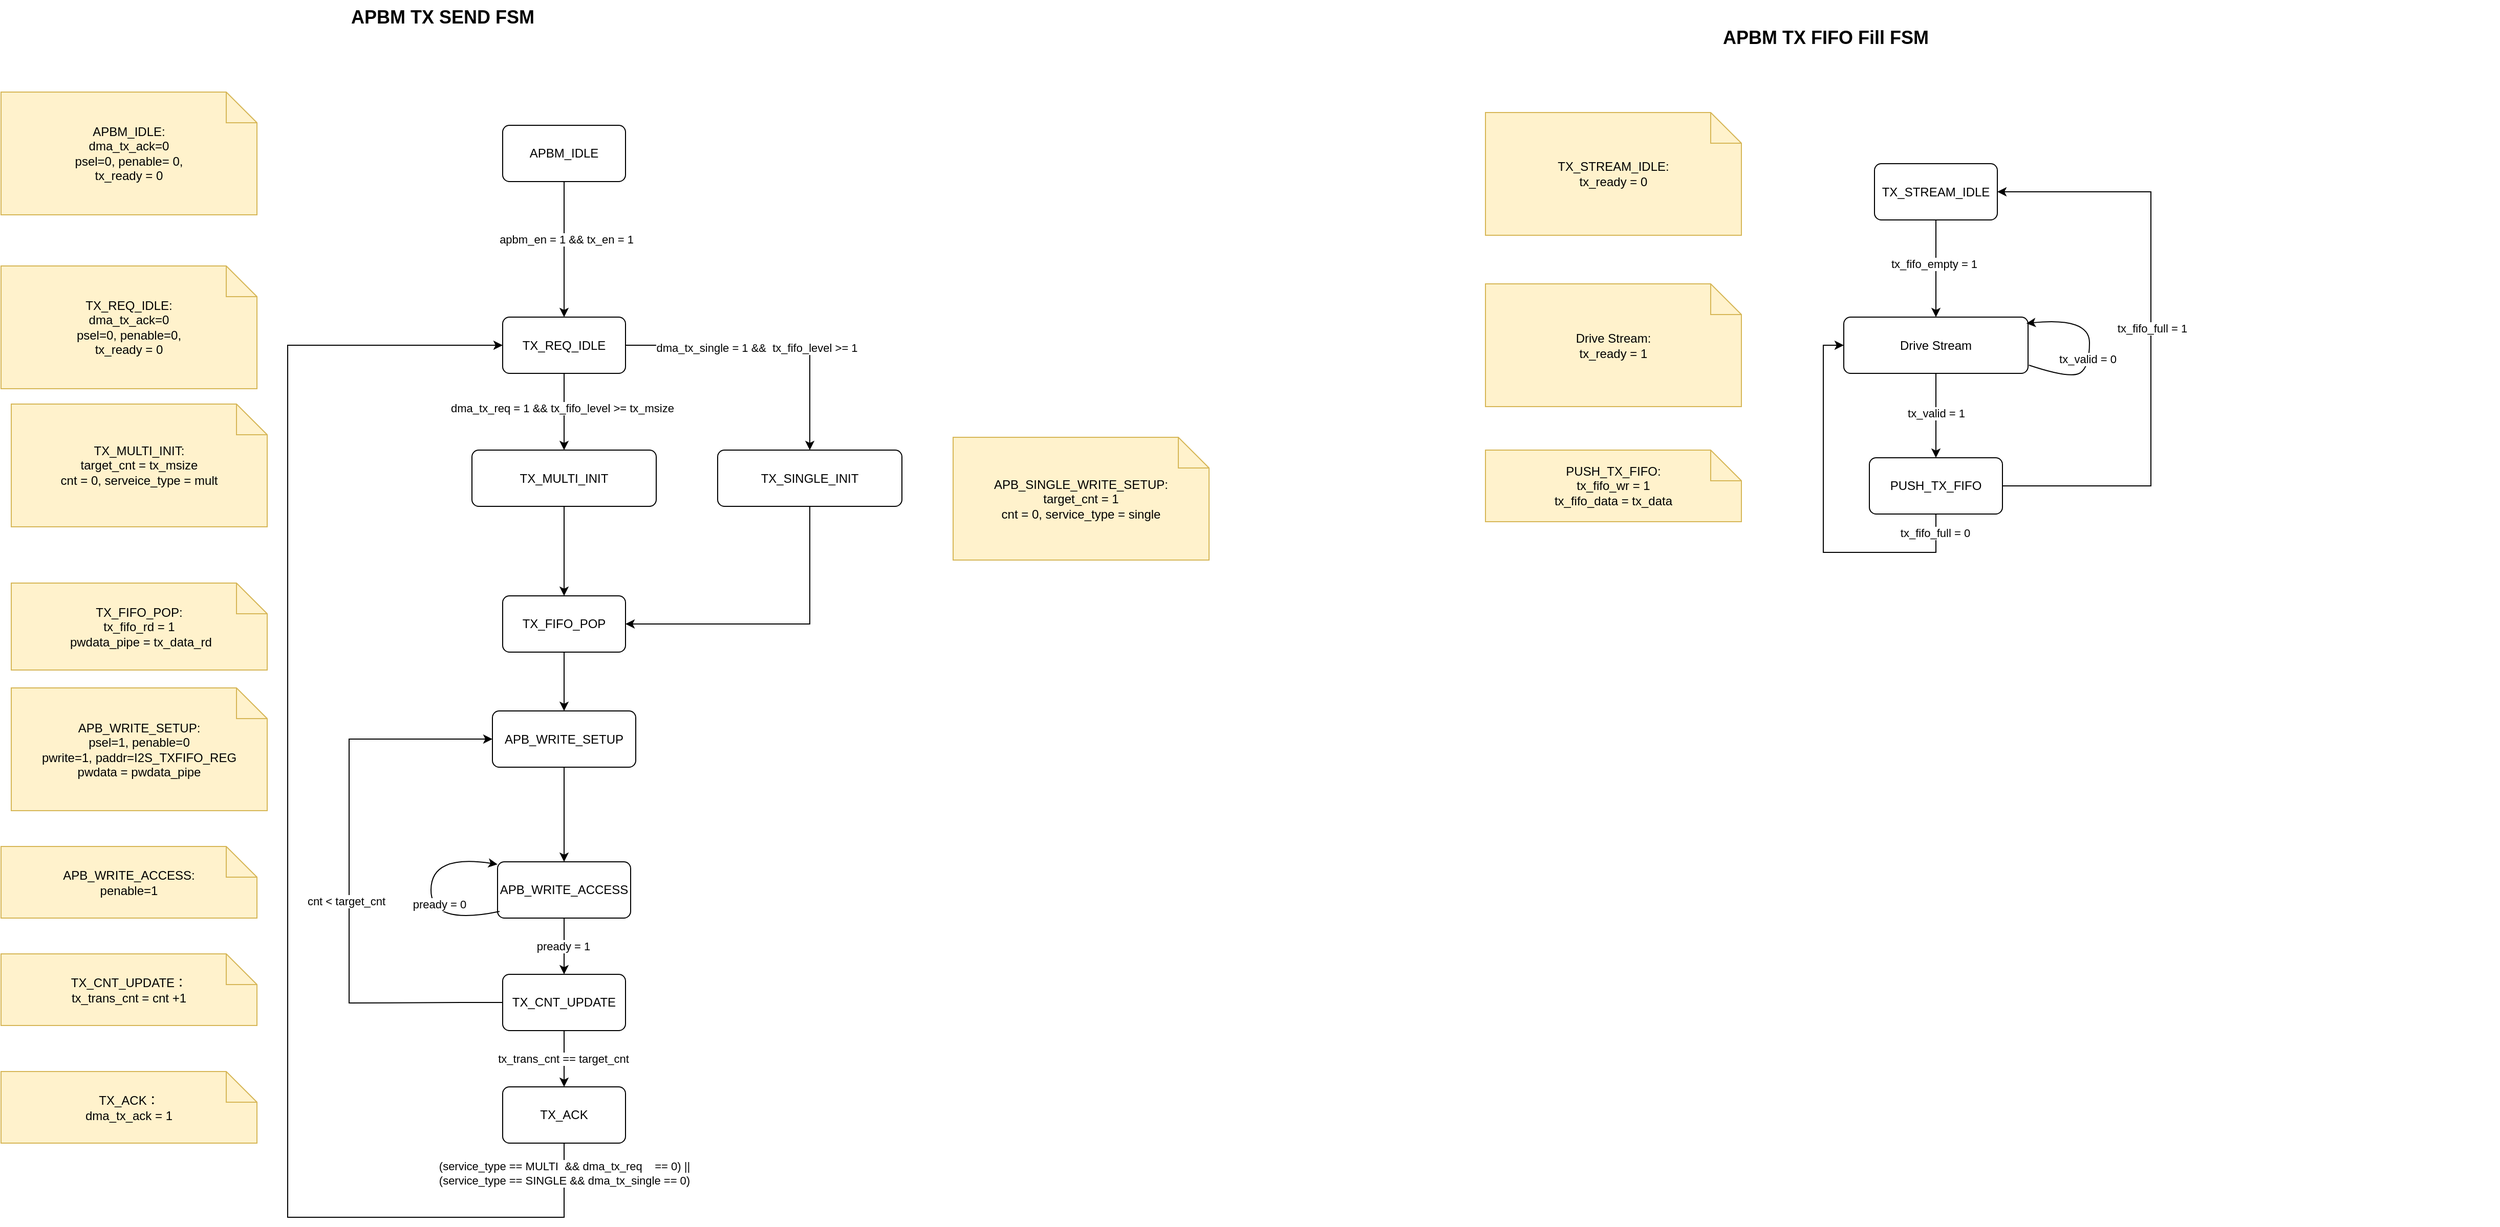
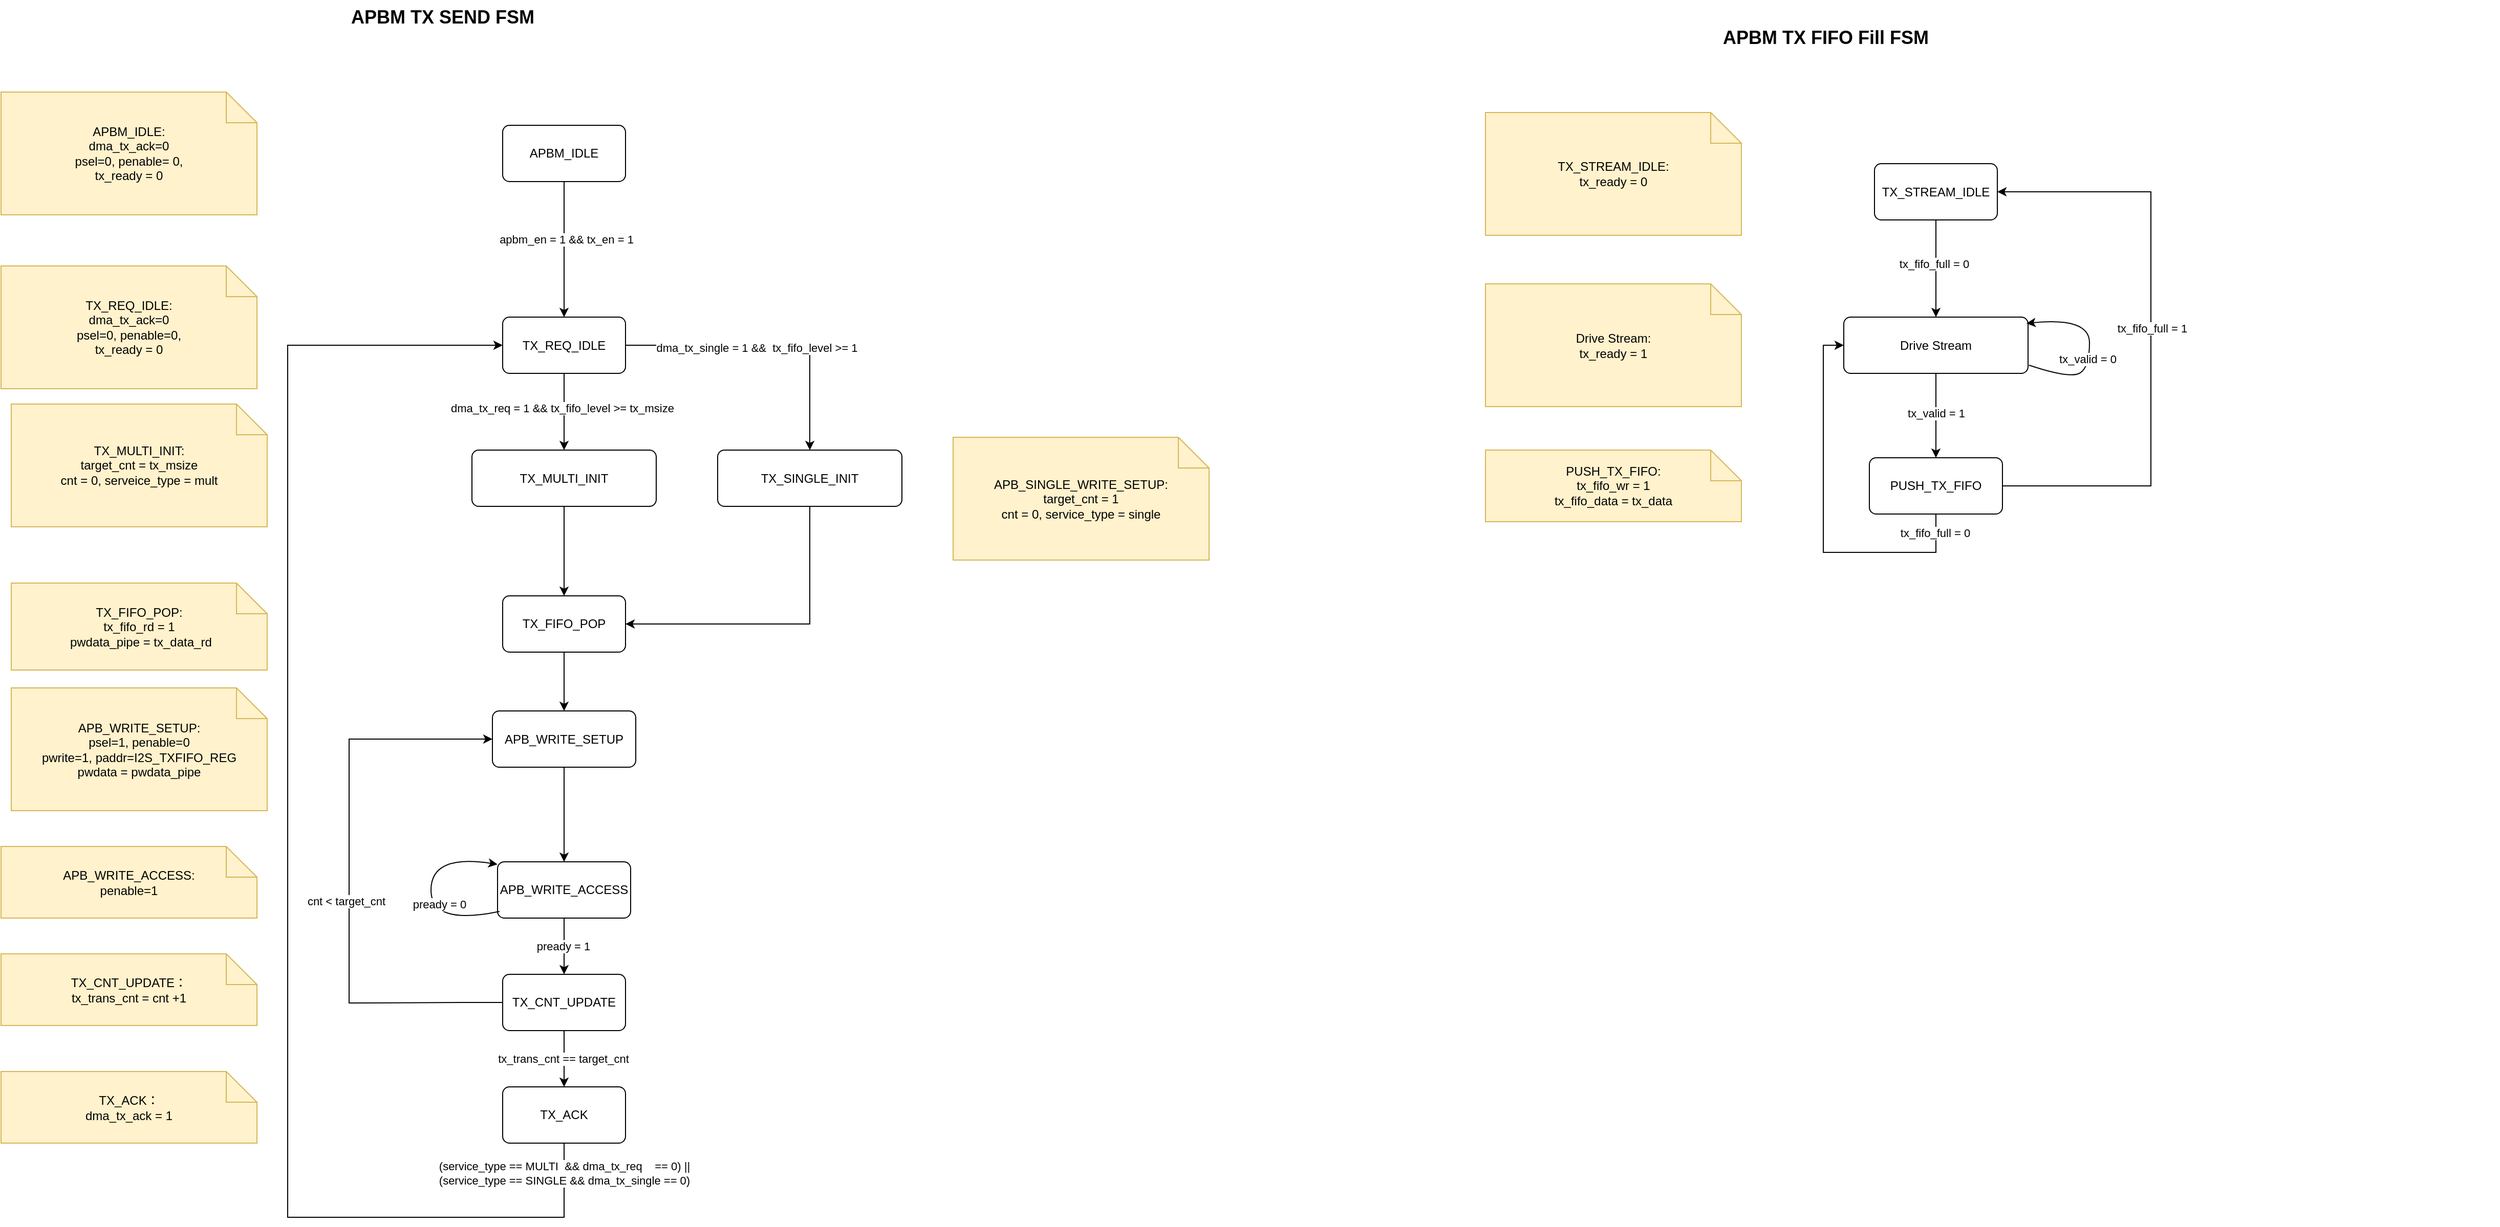
<mxfile host="app.diagrams.net">
  <diagram name="第 1 页" id="fH5n9Me7nUtPE_JYtTzi">
-     <mxGraphModel dx="619" dy="350" grid="1" gridSize="10" guides="1" tooltips="1" connect="1" arrows="1" fold="1" page="1" pageScale="1" pageWidth="827" pageHeight="1169" math="0" shadow="0">
+     <mxGraphModel dx="645" dy="364" grid="1" gridSize="10" guides="1" tooltips="1" connect="1" arrows="1" fold="1" page="1" pageScale="1" pageWidth="827" pageHeight="1169" math="0" shadow="0">
      <root>
        <mxCell id="0" />
        <mxCell id="1" parent="0" />
        <mxCell id="Ly1VW1kiYANL2SHkxWqd-1" parent="1" style="text;html=1;strokeColor=none;fillColor=none;fontSize=18;fontStyle=1;" value="APBM TX SEND FSM&amp;nbsp;&amp;nbsp;" vertex="1">
          <mxGeometry height="40" width="760" x="810" y="130" as="geometry" />
        </mxCell>
        <mxCell id="Ly1VW1kiYANL2SHkxWqd-2" parent="1" style="rounded=1;whiteSpace=wrap;html=1;arcSize=12;fillColor=#ffffff;strokeColor=#000000;" value="TX_REQ_IDLE" vertex="1">
          <mxGeometry height="55" width="120" x="960" y="440" as="geometry" />
        </mxCell>
        <mxCell id="Ly1VW1kiYANL2SHkxWqd-3" parent="1" style="rounded=1;whiteSpace=wrap;html=1;arcSize=12;fillColor=#ffffff;strokeColor=#000000;" value="APB_WRITE_SETUP" vertex="1">
          <mxGeometry height="55" width="140" x="950" y="825" as="geometry" />
        </mxCell>
        <mxCell id="Ly1VW1kiYANL2SHkxWqd-4" edge="1" parent="1" source="Ly1VW1kiYANL2SHkxWqd-2" style="endArrow=classic;html=1;rounded=0;exitX=0.5;exitY=1;exitDx=0;exitDy=0;entryX=0.5;entryY=0;entryDx=0;entryDy=0;" target="Ly1VW1kiYANL2SHkxWqd-40" value="">
          <mxGeometry height="50" relative="1" width="50" as="geometry">
            <mxPoint x="1040" y="560" as="sourcePoint" />
            <mxPoint x="1020" y="570" as="targetPoint" />
          </mxGeometry>
        </mxCell>
        <mxCell id="Ly1VW1kiYANL2SHkxWqd-5" connectable="0" parent="Ly1VW1kiYANL2SHkxWqd-4" style="edgeLabel;html=1;align=center;verticalAlign=middle;resizable=0;points=[];" value="dma_tx_req = 1 &amp;amp;&amp;amp; tx_fifo_level &amp;gt;= tx_msize" vertex="1">
          <mxGeometry relative="1" x="-0.0927" y="-2" as="geometry">
            <mxPoint as="offset" />
          </mxGeometry>
        </mxCell>
        <mxCell id="Ly1VW1kiYANL2SHkxWqd-6" parent="1" style="shape=note;whiteSpace=wrap;html=1;fillColor=#fff2cc;strokeColor=#d6b656;" value="APB_WRITE_SETUP:&lt;div&gt;psel=1, penable=0&lt;br&gt;pwrite=1, paddr=I2S_TXFIFO_REG&lt;/div&gt;&lt;div&gt;pwdata = pwdata_pipe&lt;/div&gt;" vertex="1">
          <mxGeometry height="120" width="250" x="480" y="802.5" as="geometry" />
        </mxCell>
        <mxCell id="Ly1VW1kiYANL2SHkxWqd-7" parent="1" style="rounded=1;whiteSpace=wrap;html=1;arcSize=12;fillColor=#ffffff;strokeColor=#000000;" value="APB_WRITE_ACCESS" vertex="1">
          <mxGeometry height="55" width="130" x="955" y="972.5" as="geometry" />
        </mxCell>
        <mxCell id="Ly1VW1kiYANL2SHkxWqd-8" edge="1" parent="1" source="Ly1VW1kiYANL2SHkxWqd-3" style="endArrow=classic;html=1;rounded=0;exitX=0.5;exitY=1;exitDx=0;exitDy=0;entryX=0.5;entryY=0;entryDx=0;entryDy=0;" target="Ly1VW1kiYANL2SHkxWqd-7" value="">
          <mxGeometry height="50" relative="1" width="50" as="geometry">
            <mxPoint x="1030" y="955" as="sourcePoint" />
            <mxPoint x="1080" y="905" as="targetPoint" />
          </mxGeometry>
        </mxCell>
        <mxCell id="Ly1VW1kiYANL2SHkxWqd-9" parent="1" style="shape=note;whiteSpace=wrap;html=1;fillColor=#fff2cc;strokeColor=#d6b656;" value="APB_WRITE_ACCESS:&lt;br&gt;penable=1" vertex="1">
          <mxGeometry height="70" width="250" x="470" y="957.5" as="geometry" />
        </mxCell>
        <mxCell id="Ly1VW1kiYANL2SHkxWqd-10" edge="1" parent="1" source="Ly1VW1kiYANL2SHkxWqd-7" style="curved=1;endArrow=classic;html=1;rounded=0;exitX=0.015;exitY=0.881;exitDx=0;exitDy=0;entryX=0;entryY=0;entryDx=0;entryDy=0;exitPerimeter=0;" value="">
          <mxGeometry height="50" relative="1" width="50" as="geometry">
            <Array as="points">
              <mxPoint x="890" y="1035" />
              <mxPoint x="890" y="965" />
            </Array>
            <mxPoint x="955" y="1030" as="sourcePoint" />
            <mxPoint x="955" y="975" as="targetPoint" />
          </mxGeometry>
        </mxCell>
        <mxCell id="Ly1VW1kiYANL2SHkxWqd-11" connectable="0" parent="Ly1VW1kiYANL2SHkxWqd-10" style="edgeLabel;html=1;align=center;verticalAlign=middle;resizable=0;points=[];" value="pready = 0" vertex="1">
          <mxGeometry relative="1" x="-0.1215" y="-8" as="geometry">
            <mxPoint as="offset" />
          </mxGeometry>
        </mxCell>
        <mxCell id="Ly1VW1kiYANL2SHkxWqd-13" edge="1" parent="1" source="Ly1VW1kiYANL2SHkxWqd-7" style="endArrow=classic;html=1;rounded=0;exitX=0.5;exitY=1;exitDx=0;exitDy=0;entryX=0.5;entryY=0;entryDx=0;entryDy=0;" target="Ly1VW1kiYANL2SHkxWqd-47" value="">
          <mxGeometry height="50" relative="1" width="50" as="geometry">
            <mxPoint x="1010" y="1105" as="sourcePoint" />
            <mxPoint x="1020" y="1072.5" as="targetPoint" />
          </mxGeometry>
        </mxCell>
        <mxCell id="Ly1VW1kiYANL2SHkxWqd-14" connectable="0" parent="Ly1VW1kiYANL2SHkxWqd-13" style="edgeLabel;html=1;align=center;verticalAlign=middle;resizable=0;points=[];" value="pready = 1" vertex="1">
          <mxGeometry relative="1" x="0.0089" y="-1" as="geometry">
            <mxPoint as="offset" />
          </mxGeometry>
        </mxCell>
        <mxCell id="Ly1VW1kiYANL2SHkxWqd-16" parent="1" style="rounded=1;whiteSpace=wrap;html=1;arcSize=12;fillColor=#ffffff;strokeColor=#000000;" value="TX_ACK" vertex="1">
          <mxGeometry height="55" width="120" x="960" y="1192.5" as="geometry" />
        </mxCell>
        <mxCell id="Ly1VW1kiYANL2SHkxWqd-17" edge="1" parent="1" source="Ly1VW1kiYANL2SHkxWqd-47" style="endArrow=classic;html=1;rounded=0;exitX=0.5;exitY=1;exitDx=0;exitDy=0;entryX=0.5;entryY=0;entryDx=0;entryDy=0;" target="Ly1VW1kiYANL2SHkxWqd-16" value="">
          <mxGeometry height="50" relative="1" width="50" as="geometry">
            <mxPoint x="1150.3600000000001" y="1027.5" as="sourcePoint" />
            <mxPoint x="1150" y="1062.5" as="targetPoint" />
          </mxGeometry>
        </mxCell>
        <mxCell id="Ly1VW1kiYANL2SHkxWqd-18" connectable="0" parent="Ly1VW1kiYANL2SHkxWqd-17" style="edgeLabel;html=1;align=center;verticalAlign=middle;resizable=0;points=[];" value="tx_trans_cnt == target_cnt" vertex="1">
          <mxGeometry relative="1" x="0.0089" y="-1" as="geometry">
            <mxPoint as="offset" />
          </mxGeometry>
        </mxCell>
        <mxCell id="Ly1VW1kiYANL2SHkxWqd-19" parent="1" style="shape=note;whiteSpace=wrap;html=1;fillColor=#fff2cc;strokeColor=#d6b656;" value="TX_ACK：&lt;div&gt;dma_tx_ack = 1&lt;/div&gt;" vertex="1">
          <mxGeometry height="70" width="250" x="470" y="1177.5" as="geometry" />
        </mxCell>
        <mxCell id="Ly1VW1kiYANL2SHkxWqd-20" parent="1" style="shape=note;whiteSpace=wrap;html=1;fillColor=#fff2cc;strokeColor=#d6b656;" value="TX_REQ_IDLE:&lt;div&gt;dma_tx_ack=0&lt;/div&gt;&lt;div&gt;psel=0, penable=0,&lt;br&gt;&lt;/div&gt;&lt;div&gt;tx_ready = 0&lt;br&gt;&lt;/div&gt;" vertex="1">
          <mxGeometry height="120" width="250" x="470" y="390" as="geometry" />
        </mxCell>
        <mxCell id="Ly1VW1kiYANL2SHkxWqd-21" edge="1" parent="1" source="Ly1VW1kiYANL2SHkxWqd-16" style="endArrow=classic;html=1;rounded=0;exitX=0.5;exitY=1;exitDx=0;exitDy=0;edgeStyle=orthogonalEdgeStyle;entryX=0;entryY=0.5;entryDx=0;entryDy=0;" target="Ly1VW1kiYANL2SHkxWqd-2" value="">
          <mxGeometry height="50" relative="1" width="50" as="geometry">
            <Array as="points">
              <mxPoint x="1020" y="1320" />
              <mxPoint x="750" y="1320" />
              <mxPoint x="750" y="468" />
            </Array>
            <mxPoint x="909.95" y="1052.5" as="sourcePoint" />
            <mxPoint x="850" y="465" as="targetPoint" />
          </mxGeometry>
        </mxCell>
        <mxCell id="Ly1VW1kiYANL2SHkxWqd-22" connectable="0" parent="Ly1VW1kiYANL2SHkxWqd-21" style="edgeLabel;html=1;align=center;verticalAlign=middle;resizable=0;points=[];" value="&lt;div&gt;(service_type == MULTI&amp;nbsp; &amp;amp;&amp;amp; dma_tx_req&amp;nbsp; &amp;nbsp; == 0) ||&lt;/div&gt;&lt;div&gt;(service_type == SINGLE &amp;amp;&amp;amp; dma_tx_single == 0)&lt;/div&gt;" vertex="1">
          <mxGeometry relative="1" x="-0.9589" as="geometry">
            <mxPoint as="offset" />
          </mxGeometry>
        </mxCell>
        <mxCell id="Ly1VW1kiYANL2SHkxWqd-23" edge="1" parent="1" source="Ly1VW1kiYANL2SHkxWqd-2" style="endArrow=classic;html=1;rounded=0;exitX=1;exitY=0.5;exitDx=0;exitDy=0;edgeStyle=orthogonalEdgeStyle;entryX=0.5;entryY=0;entryDx=0;entryDy=0;" target="Ly1VW1kiYANL2SHkxWqd-25" value="">
          <mxGeometry height="50" relative="1" width="50" as="geometry">
            <mxPoint x="1250" y="540" as="sourcePoint" />
            <mxPoint x="1260" y="560" as="targetPoint" />
          </mxGeometry>
        </mxCell>
        <mxCell id="Ly1VW1kiYANL2SHkxWqd-24" connectable="0" parent="Ly1VW1kiYANL2SHkxWqd-23" style="edgeLabel;html=1;align=center;verticalAlign=middle;resizable=0;points=[];" value="dma_tx_single = 1 &amp;amp;&amp;amp;&amp;nbsp; tx_fifo_level &amp;gt;= 1" vertex="1">
          <mxGeometry relative="1" x="-0.0927" y="-2" as="geometry">
            <mxPoint as="offset" />
          </mxGeometry>
        </mxCell>
        <mxCell id="Ly1VW1kiYANL2SHkxWqd-25" parent="1" style="rounded=1;whiteSpace=wrap;html=1;arcSize=12;fillColor=#ffffff;strokeColor=#000000;" value="TX_SINGLE_INIT" vertex="1">
          <mxGeometry height="55" width="180" x="1170" y="570" as="geometry" />
        </mxCell>
        <mxCell id="Ly1VW1kiYANL2SHkxWqd-26" parent="1" style="shape=note;whiteSpace=wrap;html=1;fillColor=#fff2cc;strokeColor=#d6b656;" value="APB_SINGLE_WRITE_SETUP:&lt;div&gt;target_cnt = 1&lt;br&gt;cnt = 0, service_type = single&lt;/div&gt;" vertex="1">
          <mxGeometry height="120" width="250" x="1400" y="557.5" as="geometry" />
        </mxCell>
        <mxCell id="Ly1VW1kiYANL2SHkxWqd-27" edge="1" parent="1" source="Ly1VW1kiYANL2SHkxWqd-25" style="endArrow=classic;html=1;rounded=0;exitX=0.5;exitY=1;exitDx=0;exitDy=0;edgeStyle=orthogonalEdgeStyle;entryX=1;entryY=0.5;entryDx=0;entryDy=0;" target="Ly1VW1kiYANL2SHkxWqd-28" value="">
          <mxGeometry height="50" relative="1" width="50" as="geometry">
            <mxPoint x="1230" y="950" as="sourcePoint" />
            <mxPoint x="1090" y="705" as="targetPoint" />
          </mxGeometry>
        </mxCell>
        <mxCell id="Ly1VW1kiYANL2SHkxWqd-28" parent="1" style="rounded=1;whiteSpace=wrap;html=1;arcSize=12;fillColor=#ffffff;strokeColor=#000000;" value="TX_FIFO_POP" vertex="1">
          <mxGeometry height="55" width="120" x="960" y="712.5" as="geometry" />
        </mxCell>
        <mxCell id="Ly1VW1kiYANL2SHkxWqd-29" edge="1" parent="1" source="Ly1VW1kiYANL2SHkxWqd-40" style="endArrow=classic;html=1;rounded=0;entryX=0.5;entryY=0;entryDx=0;entryDy=0;exitX=0.5;exitY=1;exitDx=0;exitDy=0;" target="Ly1VW1kiYANL2SHkxWqd-28" value="">
          <mxGeometry height="50" relative="1" width="50" as="geometry">
            <mxPoint x="1010" y="630" as="sourcePoint" />
            <mxPoint x="1040" y="787.5" as="targetPoint" />
          </mxGeometry>
        </mxCell>
        <mxCell id="Ly1VW1kiYANL2SHkxWqd-33" parent="1" style="shape=note;whiteSpace=wrap;html=1;fillColor=#fff2cc;strokeColor=#d6b656;" value="TX_FIFO_POP:&lt;div&gt;tx_fifo_rd = 1&lt;br&gt;&lt;div&gt;&amp;nbsp;pwdata_pipe = tx_data_rd&lt;/div&gt;&lt;/div&gt;" vertex="1">
          <mxGeometry height="85" width="250" x="480" y="700" as="geometry" />
        </mxCell>
        <mxCell id="Ly1VW1kiYANL2SHkxWqd-34" parent="1" style="rounded=1;whiteSpace=wrap;html=1;arcSize=12;fillColor=#ffffff;strokeColor=#000000;" value="APBM_IDLE" vertex="1">
          <mxGeometry height="55" width="120" x="960" y="252.5" as="geometry" />
        </mxCell>
        <mxCell id="Ly1VW1kiYANL2SHkxWqd-35" edge="1" parent="1" source="Ly1VW1kiYANL2SHkxWqd-34" style="endArrow=classic;html=1;rounded=0;exitX=0.5;exitY=1;exitDx=0;exitDy=0;" target="Ly1VW1kiYANL2SHkxWqd-2" value="">
          <mxGeometry height="50" relative="1" width="50" as="geometry">
            <mxPoint x="1060" y="360" as="sourcePoint" />
            <mxPoint x="1110" y="310" as="targetPoint" />
          </mxGeometry>
        </mxCell>
        <mxCell id="Ly1VW1kiYANL2SHkxWqd-36" connectable="0" parent="Ly1VW1kiYANL2SHkxWqd-35" style="edgeLabel;html=1;align=center;verticalAlign=middle;resizable=0;points=[];" value="apbm_en = 1 &amp;amp;&amp;amp; tx_en = 1" vertex="1">
          <mxGeometry relative="1" x="-0.1446" y="2" as="geometry">
            <mxPoint as="offset" />
          </mxGeometry>
        </mxCell>
        <mxCell id="Ly1VW1kiYANL2SHkxWqd-37" parent="1" style="shape=note;whiteSpace=wrap;html=1;fillColor=#fff2cc;strokeColor=#d6b656;" value="APBM_IDLE:&lt;div&gt;dma_tx_ack=0&lt;/div&gt;&lt;div&gt;psel=0, penable= 0,&lt;br&gt;&lt;/div&gt;&lt;div&gt;tx_ready = 0&lt;/div&gt;" vertex="1">
          <mxGeometry height="120" width="250" x="470" y="220" as="geometry" />
        </mxCell>
        <mxCell id="Ly1VW1kiYANL2SHkxWqd-38" edge="1" parent="1" source="Ly1VW1kiYANL2SHkxWqd-47" style="endArrow=classic;html=1;rounded=0;edgeStyle=orthogonalEdgeStyle;entryX=0;entryY=0.5;entryDx=0;entryDy=0;exitX=0;exitY=0.5;exitDx=0;exitDy=0;" target="Ly1VW1kiYANL2SHkxWqd-3" value="">
          <mxGeometry height="50" relative="1" width="50" as="geometry">
            <Array as="points">
              <mxPoint x="920" y="1109.5" />
              <mxPoint x="810" y="1110.5" />
              <mxPoint x="810" y="852.5" />
            </Array>
            <mxPoint x="920" y="1072.5" as="sourcePoint" />
            <mxPoint x="800" y="732.5" as="targetPoint" />
          </mxGeometry>
        </mxCell>
        <mxCell id="Ly1VW1kiYANL2SHkxWqd-39" connectable="0" parent="Ly1VW1kiYANL2SHkxWqd-38" style="edgeLabel;html=1;align=center;verticalAlign=middle;resizable=0;points=[];" value="cnt &amp;lt; target_cnt" vertex="1">
          <mxGeometry relative="1" x="-0.0902" y="3" as="geometry">
            <mxPoint as="offset" />
          </mxGeometry>
        </mxCell>
        <mxCell id="Ly1VW1kiYANL2SHkxWqd-40" parent="1" style="rounded=1;whiteSpace=wrap;html=1;arcSize=12;fillColor=#ffffff;strokeColor=#000000;" value="TX_MULTI_INIT" vertex="1">
          <mxGeometry height="55" width="180" x="930" y="570" as="geometry" />
        </mxCell>
        <mxCell id="Ly1VW1kiYANL2SHkxWqd-42" parent="1" style="shape=note;whiteSpace=wrap;html=1;fillColor=#fff2cc;strokeColor=#d6b656;" value="TX_MULTI_INIT:&lt;div&gt;target_cnt = tx_msize&lt;br&gt;cnt = 0, serveice_type = mult&lt;/div&gt;" vertex="1">
          <mxGeometry height="120" width="250" x="480" y="525" as="geometry" />
        </mxCell>
        <mxCell id="Ly1VW1kiYANL2SHkxWqd-45" edge="1" parent="1" source="Ly1VW1kiYANL2SHkxWqd-28" style="endArrow=classic;html=1;rounded=0;exitX=0.5;exitY=1;exitDx=0;exitDy=0;" target="Ly1VW1kiYANL2SHkxWqd-3" value="">
          <mxGeometry height="50" relative="1" width="50" as="geometry">
            <mxPoint x="1019.5699999999999" y="767.5" as="sourcePoint" />
            <mxPoint x="1019.5699999999999" y="824.5" as="targetPoint" />
          </mxGeometry>
        </mxCell>
        <mxCell id="Ly1VW1kiYANL2SHkxWqd-47" parent="1" style="rounded=1;whiteSpace=wrap;html=1;arcSize=12;fillColor=#ffffff;strokeColor=#000000;" value="TX_CNT_UPDATE" vertex="1">
          <mxGeometry height="55" width="120" x="960" y="1082.5" as="geometry" />
        </mxCell>
        <mxCell id="Ly1VW1kiYANL2SHkxWqd-48" parent="1" style="shape=note;whiteSpace=wrap;html=1;fillColor=#fff2cc;strokeColor=#d6b656;" value="TX_CNT_UPDATE：&lt;div&gt;tx_trans_cnt = cnt +1&lt;/div&gt;" vertex="1">
          <mxGeometry height="70" width="250" x="470" y="1062.5" as="geometry" />
        </mxCell>
        <mxCell id="Ly1VW1kiYANL2SHkxWqd-49" parent="1" style="text;html=1;strokeColor=none;fillColor=none;fontSize=18;fontStyle=1;" value="APBM TX FIFO Fill FSM&amp;nbsp;&amp;nbsp;" vertex="1">
          <mxGeometry height="40" width="760" x="2150" y="150" as="geometry" />
        </mxCell>
        <mxCell id="Ly1VW1kiYANL2SHkxWqd-50" parent="1" style="rounded=1;whiteSpace=wrap;html=1;arcSize=12;fillColor=#ffffff;strokeColor=#000000;" value="TX_STREAM_IDLE" vertex="1">
          <mxGeometry height="55" width="120" x="2300" y="290" as="geometry" />
        </mxCell>
        <mxCell id="Ly1VW1kiYANL2SHkxWqd-51" parent="1" style="rounded=1;whiteSpace=wrap;html=1;arcSize=12;fillColor=#ffffff;strokeColor=#000000;" value="Drive Stream" vertex="1">
          <mxGeometry height="55" width="180" x="2270" y="440" as="geometry" />
        </mxCell>
        <mxCell id="Ly1VW1kiYANL2SHkxWqd-52" edge="1" parent="1" source="Ly1VW1kiYANL2SHkxWqd-50" style="endArrow=classic;html=1;rounded=0;exitX=0.5;exitY=1;exitDx=0;exitDy=0;entryX=0.5;entryY=0;entryDx=0;entryDy=0;" target="Ly1VW1kiYANL2SHkxWqd-51" value="">
          <mxGeometry height="50" relative="1" width="50" as="geometry">
            <mxPoint x="2380" y="410" as="sourcePoint" />
            <mxPoint x="2430" y="360" as="targetPoint" />
          </mxGeometry>
        </mxCell>
-         <mxCell id="Ly1VW1kiYANL2SHkxWqd-53" connectable="0" parent="Ly1VW1kiYANL2SHkxWqd-52" style="edgeLabel;html=1;align=center;verticalAlign=middle;resizable=0;points=[];" value="tx_fifo_empty = 1" vertex="1">
+         <mxCell id="Ly1VW1kiYANL2SHkxWqd-53" connectable="0" parent="Ly1VW1kiYANL2SHkxWqd-52" style="edgeLabel;html=1;align=center;verticalAlign=middle;resizable=0;points=[];" value="tx_fifo_full = 0" vertex="1">
          <mxGeometry relative="1" x="-0.0927" y="-2" as="geometry">
            <mxPoint as="offset" />
          </mxGeometry>
        </mxCell>
        <mxCell id="Ly1VW1kiYANL2SHkxWqd-54" parent="1" style="shape=note;whiteSpace=wrap;html=1;fillColor=#fff2cc;strokeColor=#d6b656;" value="Drive Stream:&lt;div&gt;tx_ready = 1&lt;/div&gt;" vertex="1">
          <mxGeometry height="120" width="250" x="1920" y="407.5" as="geometry" />
        </mxCell>
        <mxCell id="Ly1VW1kiYANL2SHkxWqd-55" parent="1" style="rounded=1;whiteSpace=wrap;html=1;arcSize=12;fillColor=#ffffff;strokeColor=#000000;" value="PUSH_TX_FIFO" vertex="1">
          <mxGeometry height="55" width="130" x="2295" y="577.5" as="geometry" />
        </mxCell>
        <mxCell id="Ly1VW1kiYANL2SHkxWqd-56" edge="1" parent="1" source="Ly1VW1kiYANL2SHkxWqd-51" style="endArrow=classic;html=1;rounded=0;exitX=0.5;exitY=1;exitDx=0;exitDy=0;entryX=0.5;entryY=0;entryDx=0;entryDy=0;" target="Ly1VW1kiYANL2SHkxWqd-55" value="">
          <mxGeometry height="50" relative="1" width="50" as="geometry">
            <mxPoint x="2370" y="560" as="sourcePoint" />
            <mxPoint x="2420" y="510" as="targetPoint" />
          </mxGeometry>
        </mxCell>
        <mxCell id="Ly1VW1kiYANL2SHkxWqd-57" connectable="0" parent="Ly1VW1kiYANL2SHkxWqd-56" style="edgeLabel;html=1;align=center;verticalAlign=middle;resizable=0;points=[];" value="tx_valid = 1" vertex="1">
          <mxGeometry relative="1" x="-0.0537" as="geometry">
            <mxPoint as="offset" />
          </mxGeometry>
        </mxCell>
        <mxCell id="Ly1VW1kiYANL2SHkxWqd-58" parent="1" style="shape=note;whiteSpace=wrap;html=1;fillColor=#fff2cc;strokeColor=#d6b656;" value="PUSH_TX_FIFO:&lt;div&gt;tx_fifo_wr = 1&lt;/div&gt;&lt;div&gt;tx_fifo_data = tx_data&lt;/div&gt;" vertex="1">
          <mxGeometry height="70" width="250" x="1920" y="570" as="geometry" />
        </mxCell>
        <mxCell id="Ly1VW1kiYANL2SHkxWqd-59" parent="1" style="shape=note;whiteSpace=wrap;html=1;fillColor=#fff2cc;strokeColor=#d6b656;" value="TX_STREAM_IDLE:&lt;div&gt;tx_ready = 0&lt;/div&gt;" vertex="1">
          <mxGeometry height="120" width="250" x="1920" y="240" as="geometry" />
        </mxCell>
        <mxCell id="Ly1VW1kiYANL2SHkxWqd-60" edge="1" parent="1" source="Ly1VW1kiYANL2SHkxWqd-55" style="endArrow=classic;html=1;rounded=0;exitX=0.5;exitY=1;exitDx=0;exitDy=0;entryX=0;entryY=0.5;entryDx=0;entryDy=0;edgeStyle=orthogonalEdgeStyle;" target="Ly1VW1kiYANL2SHkxWqd-51" value="">
          <mxGeometry height="50" relative="1" width="50" as="geometry">
            <Array as="points">
              <mxPoint x="2360" y="670" />
              <mxPoint x="2250" y="670" />
              <mxPoint x="2250" y="468" />
            </Array>
            <mxPoint x="2550" y="570" as="sourcePoint" />
            <mxPoint x="2600" y="520" as="targetPoint" />
          </mxGeometry>
        </mxCell>
        <mxCell id="Ly1VW1kiYANL2SHkxWqd-61" connectable="0" parent="Ly1VW1kiYANL2SHkxWqd-60" style="edgeLabel;html=1;align=center;verticalAlign=middle;resizable=0;points=[];" value="tx_fifo_full = 0" vertex="1">
          <mxGeometry relative="1" x="-0.9016" y="-1" as="geometry">
            <mxPoint as="offset" />
          </mxGeometry>
        </mxCell>
        <mxCell id="Ly1VW1kiYANL2SHkxWqd-62" edge="1" parent="1" source="Ly1VW1kiYANL2SHkxWqd-55" style="endArrow=classic;html=1;rounded=0;exitX=1;exitY=0.5;exitDx=0;exitDy=0;entryX=1;entryY=0.5;entryDx=0;entryDy=0;edgeStyle=orthogonalEdgeStyle;" target="Ly1VW1kiYANL2SHkxWqd-50" value="">
          <mxGeometry height="50" relative="1" width="50" as="geometry">
            <Array as="points">
              <mxPoint x="2570" y="605" />
              <mxPoint x="2570" y="318" />
            </Array>
            <mxPoint x="2510" y="600" as="sourcePoint" />
            <mxPoint x="2560" y="550" as="targetPoint" />
          </mxGeometry>
        </mxCell>
        <mxCell id="Ly1VW1kiYANL2SHkxWqd-63" connectable="0" parent="Ly1VW1kiYANL2SHkxWqd-62" style="edgeLabel;html=1;align=center;verticalAlign=middle;resizable=0;points=[];" value="tx_fifo_full = 1" vertex="1">
          <mxGeometry relative="1" x="0.0267" y="-1" as="geometry">
            <mxPoint as="offset" />
          </mxGeometry>
        </mxCell>
        <mxCell id="Ly1VW1kiYANL2SHkxWqd-64" edge="1" parent="1" source="Ly1VW1kiYANL2SHkxWqd-51" style="curved=1;endArrow=classic;html=1;rounded=0;entryX=0.991;entryY=0.112;entryDx=0;entryDy=0;exitX=1.005;exitY=0.854;exitDx=0;exitDy=0;exitPerimeter=0;entryPerimeter=0;" target="Ly1VW1kiYANL2SHkxWqd-51" value="">
          <mxGeometry height="50" relative="1" width="50" as="geometry">
            <Array as="points">
              <mxPoint x="2490" y="500" />
              <mxPoint x="2510" y="490" />
              <mxPoint x="2510" y="440" />
            </Array>
            <mxPoint x="2460" y="560" as="sourcePoint" />
            <mxPoint x="2510" y="510" as="targetPoint" />
          </mxGeometry>
        </mxCell>
        <mxCell id="Ly1VW1kiYANL2SHkxWqd-65" connectable="0" parent="Ly1VW1kiYANL2SHkxWqd-64" style="edgeLabel;html=1;align=center;verticalAlign=middle;resizable=0;points=[];" value="tx_valid = 0" vertex="1">
          <mxGeometry relative="1" x="-0.1698" y="2" as="geometry">
            <mxPoint as="offset" />
          </mxGeometry>
        </mxCell>
      </root>
    </mxGraphModel>
  </diagram>
</mxfile>
